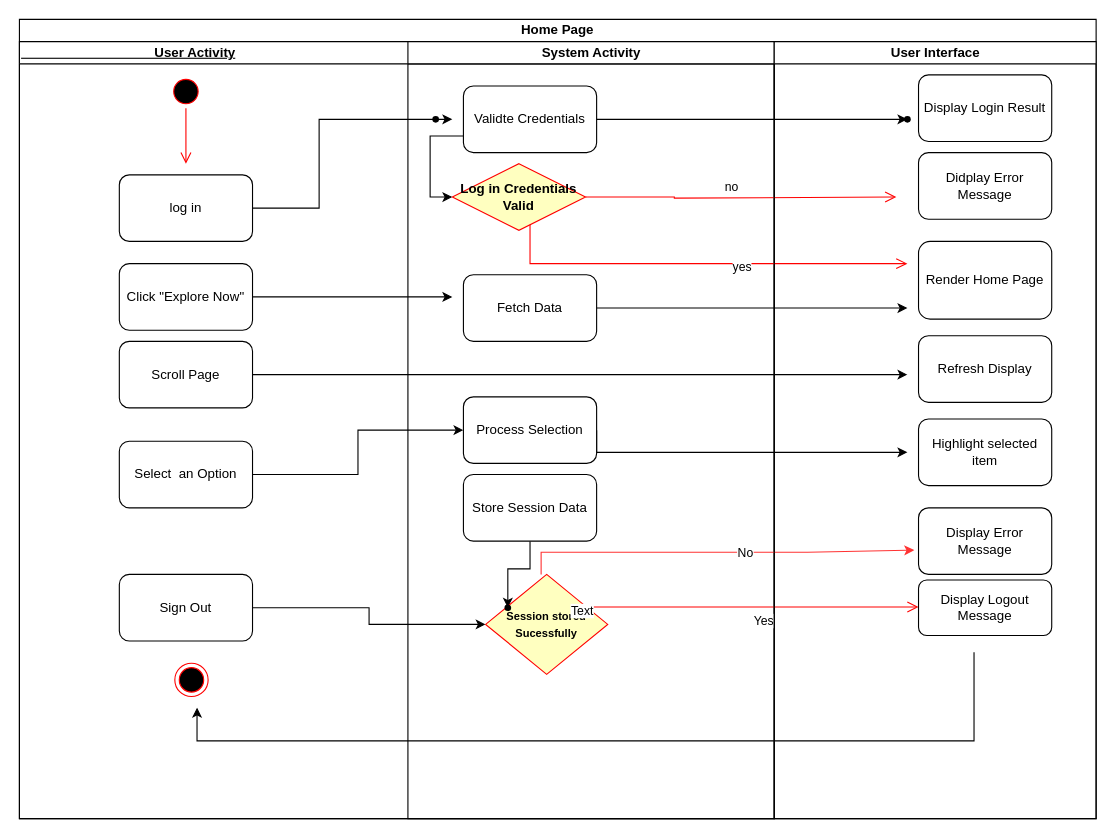
The draw.io diagram Diagram/ActiviyDiagram/ActivityDiagram-HomeCase.drawio in sarahelhnbaly/IDiscovery, before the edit. Source tidied: cells renumbered, new cells numbered last; positions are measured from the earlier drawing's top-left corner, leaving out a move shared by most shapes. Both pictures are drawn from the tidied source at 111%, with x=0, y=0 at pixel (19, 19).
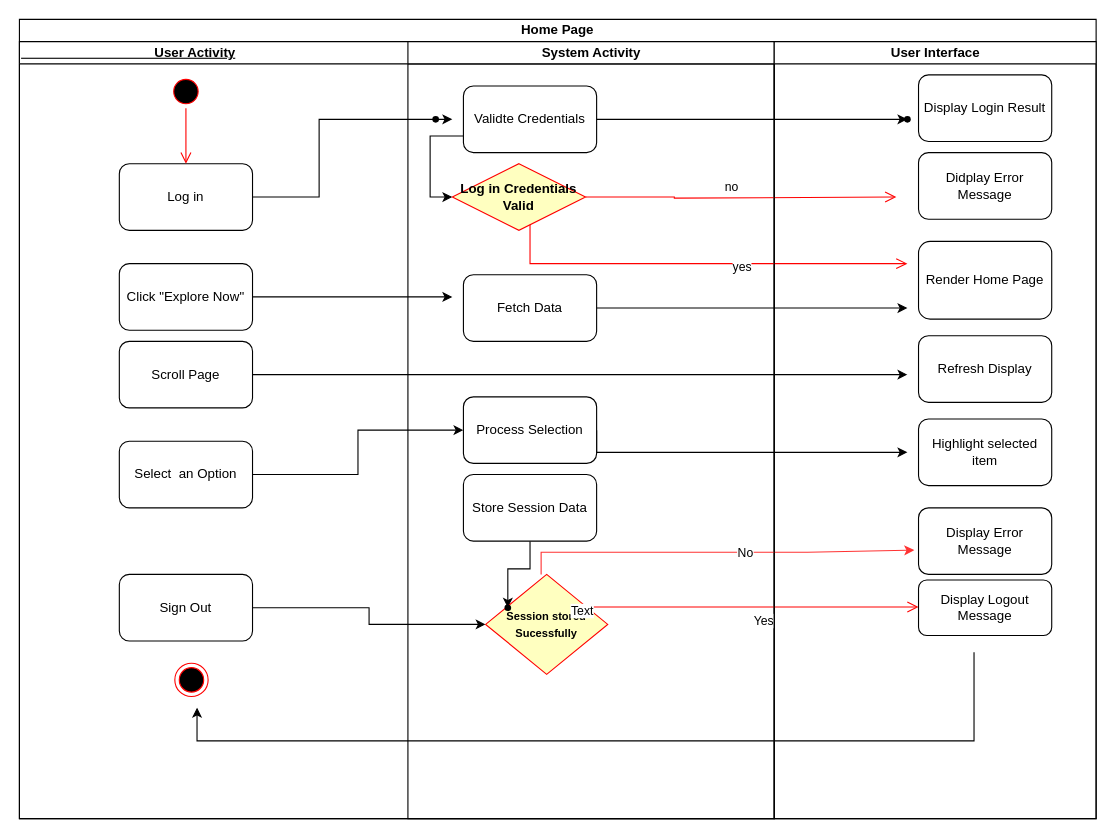
Above is the later version.

Unchanged cells that the change refers to:
```xml
<mxCell id="3" value="&lt;div align=&quot;left&quot;&gt;&lt;b&gt;&amp;nbsp;&amp;nbsp;&amp;nbsp;&amp;nbsp;&amp;nbsp;&amp;nbsp;&amp;nbsp;&amp;nbsp;&amp;nbsp;&amp;nbsp;&amp;nbsp;&amp;nbsp;&amp;nbsp;&amp;nbsp;&amp;nbsp;&amp;nbsp;&amp;nbsp;&amp;nbsp; &amp;nbsp; &amp;nbsp; &amp;nbsp; &amp;nbsp; &amp;nbsp; &amp;nbsp; &amp;nbsp; &amp;nbsp;&amp;nbsp; User Activity&lt;/b&gt;&lt;/div&gt;" style="swimlane;html=1;startSize=20;align=left;fontStyle=4;" parent="2" vertex="1">
  <mxGeometry y="20" width="680" height="700" as="geometry" />
</mxCell>
```

Change to the diagram source:
```diff
@@
     <mxCell id="4" style="edgeStyle=orthogonalEdgeStyle;rounded=0;jettySize=auto;html=1;" parent="3" edge="1" source="5">
       <mxGeometry relative="1" as="geometry">
         <mxPoint x="390" y="70" as="targetPoint" />
         <Array as="points">
-          <mxPoint x="270" y="150" />
+          <mxPoint x="270" y="140" />
           <mxPoint x="270" y="70" />
         </Array>
       </mxGeometry>
     </mxCell>
-    <mxCell id="5" value="log in " style="rounded=1;whiteSpace=wrap;html=1;" parent="3" vertex="1">
-      <mxGeometry x="90" y="120" width="120" height="60" as="geometry" />
+    <mxCell id="5" value="Log in " style="rounded=1;whiteSpace=wrap;html=1;" parent="3" vertex="1">
+      <mxGeometry x="90" y="110" width="120" height="60" as="geometry" />
     </mxCell>
```
